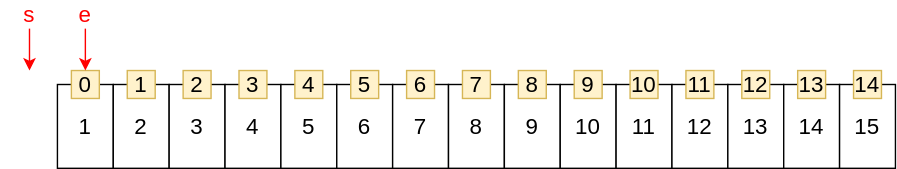
This is img/algorithm/algorithm-1020-01-01-00.svg from zininote/zininote.github.io, a draw.io export, as it was before one commit. Source tidied: cells renumbered, new cells last; positions are measured from the earlier drawing's top-left corner, leaving out a move shared by most shapes. The source it was exported from:
```xml
<mxGraphModel>
  <root>
    <mxCell id="0" />
    <mxCell id="1" parent="0" />
    <mxCell id="2" value="1" style="rounded=0;whiteSpace=wrap;html=1;fontSize=16;" parent="1" vertex="1">
      <mxGeometry x="40" y="60" width="40" height="60" as="geometry" />
    </mxCell>
    <mxCell id="3" value="2" style="rounded=0;whiteSpace=wrap;html=1;fontSize=16;" parent="1" vertex="1">
      <mxGeometry x="80" y="60" width="40" height="60" as="geometry" />
    </mxCell>
    <mxCell id="4" value="3" style="rounded=0;whiteSpace=wrap;html=1;fontSize=16;" parent="1" vertex="1">
      <mxGeometry x="120" y="60" width="40" height="60" as="geometry" />
    </mxCell>
    <mxCell id="5" value="4" style="rounded=0;whiteSpace=wrap;html=1;fontSize=16;" parent="1" vertex="1">
      <mxGeometry x="160" y="60" width="40" height="60" as="geometry" />
    </mxCell>
    <mxCell id="6" value="5" style="rounded=0;whiteSpace=wrap;html=1;fontSize=16;" parent="1" vertex="1">
      <mxGeometry x="200" y="60" width="40" height="60" as="geometry" />
    </mxCell>
    <mxCell id="7" value="6" style="rounded=0;whiteSpace=wrap;html=1;fontSize=16;" parent="1" vertex="1">
      <mxGeometry x="240" y="60" width="40" height="60" as="geometry" />
    </mxCell>
    <mxCell id="8" value="7" style="rounded=0;whiteSpace=wrap;html=1;fontSize=16;" parent="1" vertex="1">
      <mxGeometry x="280" y="60" width="40" height="60" as="geometry" />
    </mxCell>
    <mxCell id="9" value="8" style="rounded=0;whiteSpace=wrap;html=1;fontSize=16;" parent="1" vertex="1">
      <mxGeometry x="320" y="60" width="40" height="60" as="geometry" />
    </mxCell>
    <mxCell id="10" value="9" style="rounded=0;whiteSpace=wrap;html=1;fontSize=16;" parent="1" vertex="1">
      <mxGeometry x="360" y="60" width="40" height="60" as="geometry" />
    </mxCell>
    <mxCell id="11" value="10" style="rounded=0;whiteSpace=wrap;html=1;fontSize=16;" parent="1" vertex="1">
      <mxGeometry x="400" y="60" width="40" height="60" as="geometry" />
    </mxCell>
    <mxCell id="12" value="11" style="rounded=0;whiteSpace=wrap;html=1;fontSize=16;" parent="1" vertex="1">
      <mxGeometry x="440" y="60" width="40" height="60" as="geometry" />
    </mxCell>
    <mxCell id="13" value="12" style="rounded=0;whiteSpace=wrap;html=1;fontSize=16;" parent="1" vertex="1">
      <mxGeometry x="480" y="60" width="40" height="60" as="geometry" />
    </mxCell>
    <mxCell id="14" value="13" style="rounded=0;whiteSpace=wrap;html=1;fontSize=16;" parent="1" vertex="1">
      <mxGeometry x="520" y="60" width="40" height="60" as="geometry" />
    </mxCell>
    <mxCell id="15" value="14" style="rounded=0;whiteSpace=wrap;html=1;fontSize=16;" parent="1" vertex="1">
      <mxGeometry x="560" y="60" width="40" height="60" as="geometry" />
    </mxCell>
    <mxCell id="16" value="15" style="rounded=0;whiteSpace=wrap;html=1;fontSize=16;" parent="1" vertex="1">
      <mxGeometry x="600" y="60" width="40" height="60" as="geometry" />
    </mxCell>
    <mxCell id="17" value="&lt;span style=&quot;font-size: 16px&quot;&gt;0&lt;/span&gt;" style="text;html=1;strokeColor=#d6b656;fillColor=#fff2cc;align=center;verticalAlign=middle;whiteSpace=wrap;rounded=0;" parent="1" vertex="1">
      <mxGeometry x="50" y="50" width="20" height="20" as="geometry" />
    </mxCell>
    <mxCell id="18" value="&lt;span style=&quot;font-size: 16px&quot;&gt;1&lt;/span&gt;" style="text;html=1;strokeColor=#d6b656;fillColor=#fff2cc;align=center;verticalAlign=middle;whiteSpace=wrap;rounded=0;" parent="1" vertex="1">
      <mxGeometry x="90" y="50" width="20" height="20" as="geometry" />
    </mxCell>
    <mxCell id="19" value="&lt;span style=&quot;font-size: 16px&quot;&gt;2&lt;/span&gt;" style="text;html=1;strokeColor=#d6b656;fillColor=#fff2cc;align=center;verticalAlign=middle;whiteSpace=wrap;rounded=0;" parent="1" vertex="1">
      <mxGeometry x="130" y="50" width="20" height="20" as="geometry" />
    </mxCell>
    <mxCell id="20" value="&lt;span style=&quot;font-size: 16px&quot;&gt;3&lt;/span&gt;" style="text;html=1;strokeColor=#d6b656;fillColor=#fff2cc;align=center;verticalAlign=middle;whiteSpace=wrap;rounded=0;" parent="1" vertex="1">
      <mxGeometry x="170" y="50" width="20" height="20" as="geometry" />
    </mxCell>
    <mxCell id="21" value="&lt;span style=&quot;font-size: 16px&quot;&gt;4&lt;/span&gt;" style="text;html=1;strokeColor=#d6b656;fillColor=#fff2cc;align=center;verticalAlign=middle;whiteSpace=wrap;rounded=0;" parent="1" vertex="1">
      <mxGeometry x="210" y="50" width="20" height="20" as="geometry" />
    </mxCell>
    <mxCell id="22" value="&lt;span style=&quot;font-size: 16px&quot;&gt;5&lt;/span&gt;" style="text;html=1;strokeColor=#d6b656;fillColor=#fff2cc;align=center;verticalAlign=middle;whiteSpace=wrap;rounded=0;" parent="1" vertex="1">
      <mxGeometry x="250" y="50" width="20" height="20" as="geometry" />
    </mxCell>
    <mxCell id="23" value="&lt;span style=&quot;font-size: 16px&quot;&gt;6&lt;/span&gt;" style="text;html=1;strokeColor=#d6b656;fillColor=#fff2cc;align=center;verticalAlign=middle;whiteSpace=wrap;rounded=0;" parent="1" vertex="1">
      <mxGeometry x="290" y="50" width="20" height="20" as="geometry" />
    </mxCell>
    <mxCell id="24" value="&lt;span style=&quot;font-size: 16px&quot;&gt;7&lt;/span&gt;" style="text;html=1;strokeColor=#d6b656;fillColor=#fff2cc;align=center;verticalAlign=middle;whiteSpace=wrap;rounded=0;" parent="1" vertex="1">
      <mxGeometry x="330" y="50" width="20" height="20" as="geometry" />
    </mxCell>
    <mxCell id="25" value="&lt;span style=&quot;font-size: 16px&quot;&gt;8&lt;/span&gt;" style="text;html=1;strokeColor=#d6b656;fillColor=#fff2cc;align=center;verticalAlign=middle;whiteSpace=wrap;rounded=0;" parent="1" vertex="1">
      <mxGeometry x="370" y="50" width="20" height="20" as="geometry" />
    </mxCell>
    <mxCell id="26" value="&lt;span style=&quot;font-size: 16px&quot;&gt;9&lt;/span&gt;" style="text;html=1;strokeColor=#d6b656;fillColor=#fff2cc;align=center;verticalAlign=middle;whiteSpace=wrap;rounded=0;" parent="1" vertex="1">
      <mxGeometry x="410" y="50" width="20" height="20" as="geometry" />
    </mxCell>
    <mxCell id="27" value="&lt;span style=&quot;font-size: 16px&quot;&gt;10&lt;/span&gt;" style="text;html=1;strokeColor=#d6b656;fillColor=#fff2cc;align=center;verticalAlign=middle;whiteSpace=wrap;rounded=0;" parent="1" vertex="1">
      <mxGeometry x="450" y="50" width="20" height="20" as="geometry" />
    </mxCell>
    <mxCell id="28" value="&lt;span style=&quot;font-size: 16px&quot;&gt;11&lt;/span&gt;" style="text;html=1;strokeColor=#d6b656;fillColor=#fff2cc;align=center;verticalAlign=middle;whiteSpace=wrap;rounded=0;" parent="1" vertex="1">
      <mxGeometry x="490" y="50" width="20" height="20" as="geometry" />
    </mxCell>
    <mxCell id="29" value="&lt;span style=&quot;font-size: 16px&quot;&gt;12&lt;/span&gt;" style="text;html=1;strokeColor=#d6b656;fillColor=#fff2cc;align=center;verticalAlign=middle;whiteSpace=wrap;rounded=0;" parent="1" vertex="1">
      <mxGeometry x="530" y="50" width="20" height="20" as="geometry" />
    </mxCell>
    <mxCell id="30" value="&lt;span style=&quot;font-size: 16px&quot;&gt;13&lt;/span&gt;" style="text;html=1;strokeColor=#d6b656;fillColor=#fff2cc;align=center;verticalAlign=middle;whiteSpace=wrap;rounded=0;" parent="1" vertex="1">
      <mxGeometry x="570" y="50" width="20" height="20" as="geometry" />
    </mxCell>
    <mxCell id="31" value="&lt;span style=&quot;font-size: 16px&quot;&gt;14&lt;/span&gt;" style="text;html=1;strokeColor=#d6b656;fillColor=#fff2cc;align=center;verticalAlign=middle;whiteSpace=wrap;rounded=0;" parent="1" vertex="1">
      <mxGeometry x="610" y="50" width="20" height="20" as="geometry" />
    </mxCell>
    <mxCell id="32" style="edgeStyle=orthogonalEdgeStyle;rounded=0;jettySize=auto;html=1;exitX=0.5;exitY=1;exitDx=0;exitDy=0;entryX=0.5;entryY=0;entryDx=0;entryDy=0;fontSize=16;fontColor=#FF0000;strokeColor=#FF0000;" parent="1" edge="1" source="38">
      <mxGeometry relative="1" as="geometry">
        <mxPoint x="20" y="50" as="targetPoint" />
      </mxGeometry>
    </mxCell>
    <mxCell id="33" style="edgeStyle=orthogonalEdgeStyle;rounded=0;jettySize=auto;html=1;exitX=0.5;exitY=1;exitDx=0;exitDy=0;entryX=0.5;entryY=0;entryDx=0;entryDy=0;strokeColor=#FF0000;fontSize=16;fontColor=#FF0000;" parent="1" edge="1" source="35">
      <mxGeometry relative="1" as="geometry">
        <mxPoint x="60" y="50" as="targetPoint" />
      </mxGeometry>
    </mxCell>
    <mxCell id="34" style="group;" parent="1" vertex="1">
      <mxGeometry x="40" width="40" height="20" as="geometry" />
    </mxCell>
    <mxCell id="35" value="e" style="text;html=1;strokeColor=none;fillColor=none;align=center;verticalAlign=middle;whiteSpace=wrap;rounded=0;fontSize=16;fontColor=#FF0000;" parent="34" vertex="1">
      <mxGeometry width="40" height="20" as="geometry" />
    </mxCell>
    <mxCell id="36" style="edgeStyle=orthogonalEdgeStyle;rounded=0;jettySize=auto;html=1;exitX=0.5;exitY=1;exitDx=0;exitDy=0;entryX=0.5;entryY=0;entryDx=0;entryDy=0;fontSize=16;fontColor=#FF0000;strokeColor=#FF0000;" parent="1" edge="1" source="35">
      <mxGeometry relative="1" as="geometry" />
    </mxCell>
    <mxCell id="37" style="group;" parent="1" vertex="1">
      <mxGeometry width="40" height="20" as="geometry" />
    </mxCell>
    <mxCell id="38" value="s" style="text;html=1;strokeColor=none;fillColor=none;align=center;verticalAlign=middle;whiteSpace=wrap;rounded=0;fontSize=16;fontColor=#FF0000;" parent="37" vertex="1">
      <mxGeometry width="40" height="20" as="geometry" />
    </mxCell>
  </root>
</mxGraphModel>
```
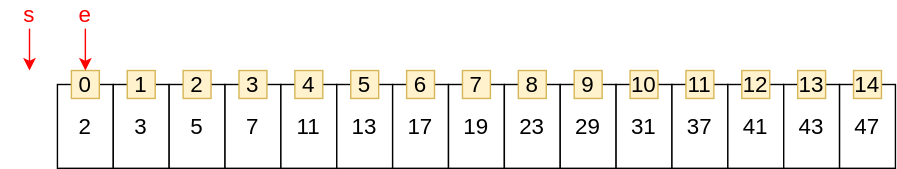
The same file after the commit.

Diff of the diagram source:
```diff
@@ -2,49 +2,49 @@
   <root>
     <mxCell id="0" />
     <mxCell id="1" parent="0" />
-    <mxCell id="2" value="1" style="rounded=0;whiteSpace=wrap;html=1;fontSize=16;" parent="1" vertex="1">
+    <mxCell id="2" value="2" style="rounded=0;whiteSpace=wrap;html=1;fontSize=16;" parent="1" vertex="1">
       <mxGeometry x="40" y="60" width="40" height="60" as="geometry" />
     </mxCell>
-    <mxCell id="3" value="2" style="rounded=0;whiteSpace=wrap;html=1;fontSize=16;" parent="1" vertex="1">
+    <mxCell id="3" value="3" style="rounded=0;whiteSpace=wrap;html=1;fontSize=16;" parent="1" vertex="1">
       <mxGeometry x="80" y="60" width="40" height="60" as="geometry" />
     </mxCell>
-    <mxCell id="4" value="3" style="rounded=0;whiteSpace=wrap;html=1;fontSize=16;" parent="1" vertex="1">
+    <mxCell id="4" value="5" style="rounded=0;whiteSpace=wrap;html=1;fontSize=16;" parent="1" vertex="1">
       <mxGeometry x="120" y="60" width="40" height="60" as="geometry" />
     </mxCell>
-    <mxCell id="5" value="4" style="rounded=0;whiteSpace=wrap;html=1;fontSize=16;" parent="1" vertex="1">
+    <mxCell id="5" value="7" style="rounded=0;whiteSpace=wrap;html=1;fontSize=16;" parent="1" vertex="1">
       <mxGeometry x="160" y="60" width="40" height="60" as="geometry" />
     </mxCell>
-    <mxCell id="6" value="5" style="rounded=0;whiteSpace=wrap;html=1;fontSize=16;" parent="1" vertex="1">
+    <mxCell id="6" value="11" style="rounded=0;whiteSpace=wrap;html=1;fontSize=16;" parent="1" vertex="1">
       <mxGeometry x="200" y="60" width="40" height="60" as="geometry" />
     </mxCell>
-    <mxCell id="7" value="6" style="rounded=0;whiteSpace=wrap;html=1;fontSize=16;" parent="1" vertex="1">
+    <mxCell id="7" value="13" style="rounded=0;whiteSpace=wrap;html=1;fontSize=16;" parent="1" vertex="1">
       <mxGeometry x="240" y="60" width="40" height="60" as="geometry" />
     </mxCell>
-    <mxCell id="8" value="7" style="rounded=0;whiteSpace=wrap;html=1;fontSize=16;" parent="1" vertex="1">
+    <mxCell id="8" value="17" style="rounded=0;whiteSpace=wrap;html=1;fontSize=16;" parent="1" vertex="1">
       <mxGeometry x="280" y="60" width="40" height="60" as="geometry" />
     </mxCell>
-    <mxCell id="9" value="8" style="rounded=0;whiteSpace=wrap;html=1;fontSize=16;" parent="1" vertex="1">
+    <mxCell id="9" value="19" style="rounded=0;whiteSpace=wrap;html=1;fontSize=16;" parent="1" vertex="1">
       <mxGeometry x="320" y="60" width="40" height="60" as="geometry" />
     </mxCell>
-    <mxCell id="10" value="9" style="rounded=0;whiteSpace=wrap;html=1;fontSize=16;" parent="1" vertex="1">
+    <mxCell id="10" value="23" style="rounded=0;whiteSpace=wrap;html=1;fontSize=16;" parent="1" vertex="1">
       <mxGeometry x="360" y="60" width="40" height="60" as="geometry" />
     </mxCell>
-    <mxCell id="11" value="10" style="rounded=0;whiteSpace=wrap;html=1;fontSize=16;" parent="1" vertex="1">
+    <mxCell id="11" value="29" style="rounded=0;whiteSpace=wrap;html=1;fontSize=16;" parent="1" vertex="1">
       <mxGeometry x="400" y="60" width="40" height="60" as="geometry" />
     </mxCell>
-    <mxCell id="12" value="11" style="rounded=0;whiteSpace=wrap;html=1;fontSize=16;" parent="1" vertex="1">
+    <mxCell id="12" value="31" style="rounded=0;whiteSpace=wrap;html=1;fontSize=16;" parent="1" vertex="1">
       <mxGeometry x="440" y="60" width="40" height="60" as="geometry" />
     </mxCell>
-    <mxCell id="13" value="12" style="rounded=0;whiteSpace=wrap;html=1;fontSize=16;" parent="1" vertex="1">
+    <mxCell id="13" value="37" style="rounded=0;whiteSpace=wrap;html=1;fontSize=16;" parent="1" vertex="1">
       <mxGeometry x="480" y="60" width="40" height="60" as="geometry" />
     </mxCell>
-    <mxCell id="14" value="13" style="rounded=0;whiteSpace=wrap;html=1;fontSize=16;" parent="1" vertex="1">
+    <mxCell id="14" value="41" style="rounded=0;whiteSpace=wrap;html=1;fontSize=16;" parent="1" vertex="1">
       <mxGeometry x="520" y="60" width="40" height="60" as="geometry" />
     </mxCell>
-    <mxCell id="15" value="14" style="rounded=0;whiteSpace=wrap;html=1;fontSize=16;" parent="1" vertex="1">
+    <mxCell id="15" value="43" style="rounded=0;whiteSpace=wrap;html=1;fontSize=16;" parent="1" vertex="1">
       <mxGeometry x="560" y="60" width="40" height="60" as="geometry" />
     </mxCell>
-    <mxCell id="16" value="15" style="rounded=0;whiteSpace=wrap;html=1;fontSize=16;" parent="1" vertex="1">
+    <mxCell id="16" value="47" style="rounded=0;whiteSpace=wrap;html=1;fontSize=16;" parent="1" vertex="1">
       <mxGeometry x="600" y="60" width="40" height="60" as="geometry" />
     </mxCell>
     <mxCell id="17" value="&lt;span style=&quot;font-size: 16px&quot;&gt;0&lt;/span&gt;" style="text;html=1;strokeColor=#d6b656;fillColor=#fff2cc;align=center;verticalAlign=middle;whiteSpace=wrap;rounded=0;" parent="1" vertex="1">
```
